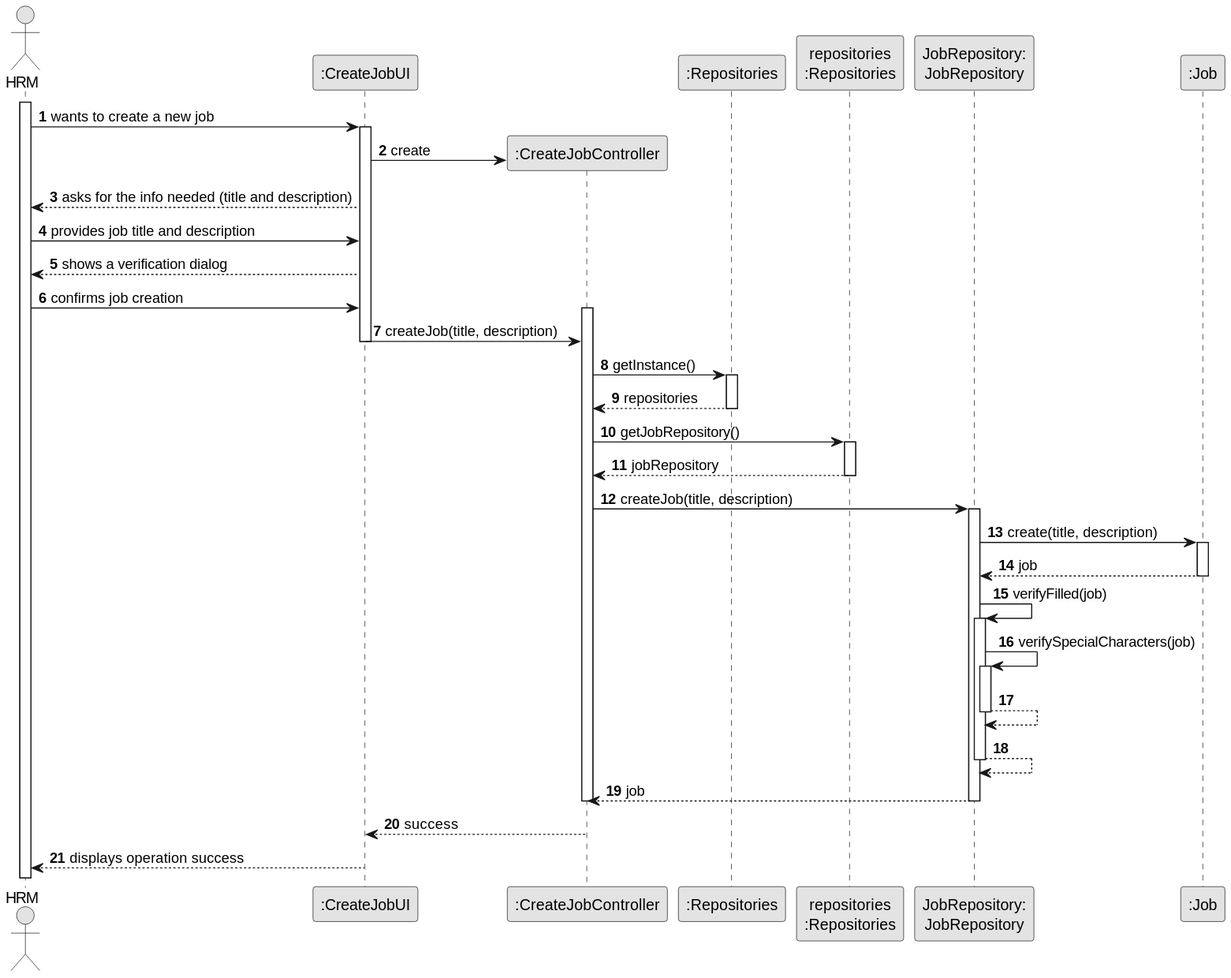
Before: docs/sprintB/us002/03.design/svg/us002-sequence-diagram-full.svg, a diagram exported from PlantUML (ricardomm7/leaflink). Source of this version:
```plantuml
@startuml
skinparam monochrome true
skinparam packageStyle rectangle
skinparam shadowing false

autonumber

actor "HRM" as Employee
participant ":CreateJobUI" as UI
participant ":CreateJobController" as CTRL
participant ":Repositories" as GlobRepo
participant "repositories\n:Repositories" as PLAT
participant "JobRepository:\nJobRepository" as JobRepository
participant ":Job" as Job

activate Employee
Employee -> UI : wants to create a new job
activate UI
UI -> CTRL** : create
UI --> Employee : asks for the info needed (title and description)
Employee -> UI : provides job title and description
UI --> Employee : shows a verification dialog
Employee -> UI : confirms job creation

activate CTRL
UI -> CTRL : createJob(title, description)
deactivate UI
CTRL -> GlobRepo : getInstance()
activate GlobRepo
GlobRepo --> CTRL : repositories
deactivate GlobRepo

CTRL -> PLAT : getJobRepository()
activate PLAT
PLAT -->  CTRL: jobRepository
deactivate PLAT

CTRL -> JobRepository : createJob(title, description)
activate JobRepository

    JobRepository -> Job : create(title, description)
        activate Job
        Job --> JobRepository : job
        deactivate Job

    JobRepository -> JobRepository : verifyFilled(job)
        activate JobRepository
        JobRepository -> JobRepository : verifySpecialCharacters(job)
        activate JobRepository
        JobRepository --> JobRepository
        deactivate JobRepository
    JobRepository --> JobRepository
    deactivate JobRepository
JobRepository --> CTRL : job
deactivate JobRepository
deactivate CTRL

CTRL --> UI : success
deactivate CTRL

UI --> Employee : displays operation success
@enduml
```
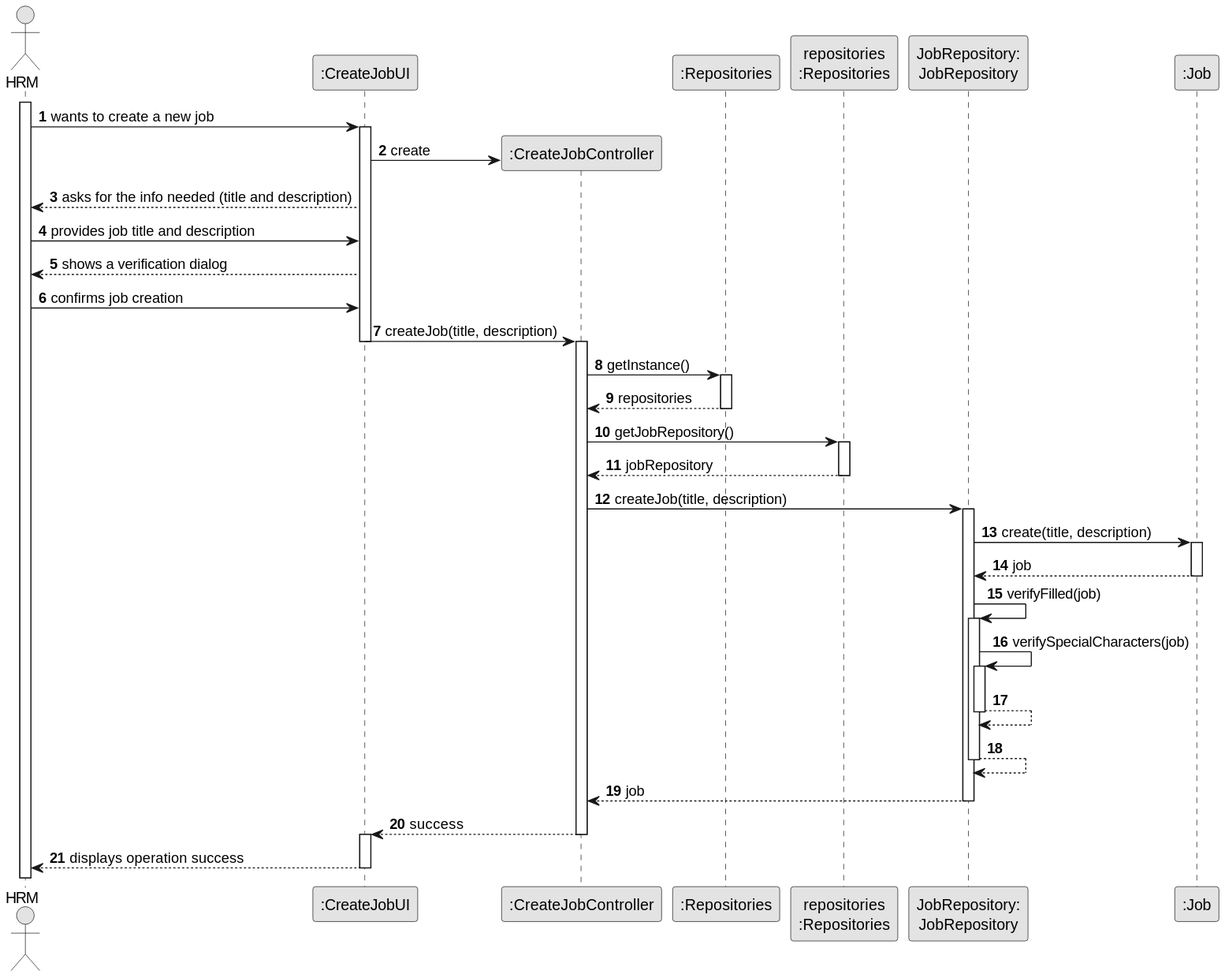
The same diagram one commit later.

What changed in the source:
```diff
@@ -22,9 +22,10 @@
 UI --> Employee : shows a verification dialog
 Employee -> UI : confirms job creation
 
-activate CTRL
+
 UI -> CTRL : createJob(title, description)
 deactivate UI
+activate CTRL
 CTRL -> GlobRepo : getInstance()
 activate GlobRepo
 GlobRepo --> CTRL : repositories
@@ -53,10 +54,11 @@
     deactivate JobRepository
 JobRepository --> CTRL : job
 deactivate JobRepository
-deactivate CTRL
 
 CTRL --> UI : success
 deactivate CTRL
+activate UI
+UI --> Employee : displays operation success
 
-UI --> Employee : displays operation success
+deactivate UI
 @enduml
```
